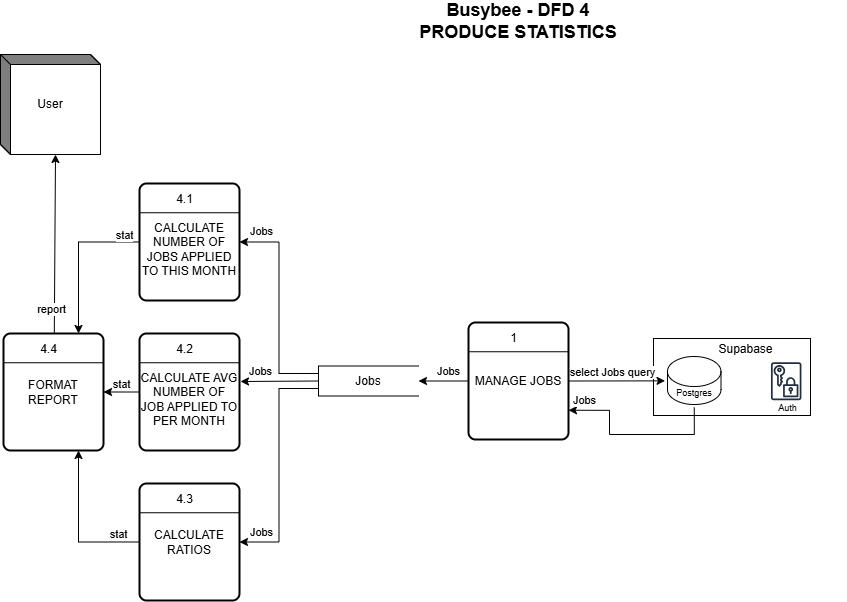
Earlier version of the draw.io export Documentation/diagrams/data-flow-diagrams/dfd4-stats.png (Masonluna/BusyBee). Source tidied: cells renumbered, new cells last; positions are measured from the earlier drawing's top-left corner, leaving out a move shared by most shapes. Source of this version:
```xml
<mxGraphModel>
  <root>
    <mxCell id="0" />
    <mxCell id="1" parent="0" />
    <mxCell id="2" style="group;" parent="1" vertex="1">
      <mxGeometry x="139" y="181" width="100" height="117" as="geometry" />
    </mxCell>
    <mxCell id="3" value="&lt;div&gt;&lt;br&gt;&lt;/div&gt;CALCULATE NUMBER OF JOBS APPLIED TO THIS MONTH" style="rounded=1;whiteSpace=wrap;html=1;absoluteArcSize=1;arcSize=14;strokeWidth=2;" parent="2" vertex="1">
      <mxGeometry y="2" width="100" height="117" as="geometry" />
    </mxCell>
    <mxCell id="4" style="endArrow=none;html=1;rounded=0;fontSize=12;startSize=8;endSize=8;curved=1;exitX=0;exitY=0.25;exitDx=0;exitDy=0;entryX=1;entryY=0.25;entryDx=0;entryDy=0;" parent="2" edge="1" source="3" target="3">
      <mxGeometry relative="1" as="geometry" />
    </mxCell>
    <mxCell id="5" value="4.1" style="text;html=1;align=center;verticalAlign=middle;whiteSpace=wrap;rounded=0;" parent="2" vertex="1">
      <mxGeometry x="14" y="5" width="63" height="26" as="geometry" />
    </mxCell>
    <mxCell id="6" value="&lt;b&gt;&lt;font style=&quot;font-size: 18px;&quot;&gt;Busybee - DFD 4&lt;/font&gt;&lt;/b&gt;&lt;div&gt;&lt;span style=&quot;font-size: 18px;&quot;&gt;&lt;b&gt;PRODUCE STATISTICS&lt;/b&gt;&lt;/span&gt;&lt;/div&gt;" style="text;html=1;align=center;verticalAlign=middle;whiteSpace=wrap;rounded=0;" parent="1" vertex="1">
      <mxGeometry x="190" width="656" height="42" as="geometry" />
    </mxCell>
    <mxCell id="7" value="User" style="html=1;dashed=0;whiteSpace=wrap;shape=mxgraph.dfd.externalEntity;" parent="1" vertex="1">
      <mxGeometry y="54" width="100" height="100" as="geometry" />
    </mxCell>
    <mxCell id="8" style="group;" parent="1" vertex="1">
      <mxGeometry x="468" y="320" width="100" height="117" as="geometry" />
    </mxCell>
    <mxCell id="9" value="MANAGE JOBS" style="rounded=1;whiteSpace=wrap;html=1;absoluteArcSize=1;arcSize=14;strokeWidth=2;" parent="8" vertex="1">
      <mxGeometry y="2" width="100" height="117" as="geometry" />
    </mxCell>
    <mxCell id="10" style="endArrow=none;html=1;rounded=0;fontSize=12;startSize=8;endSize=8;curved=1;exitX=0;exitY=0.25;exitDx=0;exitDy=0;entryX=1;entryY=0.25;entryDx=0;entryDy=0;" parent="8" edge="1" source="9" target="9">
      <mxGeometry relative="1" as="geometry" />
    </mxCell>
    <mxCell id="11" value="1" style="text;html=1;align=center;verticalAlign=middle;whiteSpace=wrap;rounded=0;" parent="8" vertex="1">
      <mxGeometry x="14" y="5" width="63" height="26" as="geometry" />
    </mxCell>
    <mxCell id="12" value="Jobs" style="html=1;dashed=0;whiteSpace=wrap;shape=partialRectangle;right=0;" parent="1" vertex="1">
      <mxGeometry x="318" y="365.5" width="100" height="30" as="geometry" />
    </mxCell>
    <mxCell id="13" style="endArrow=classic;html=1;rounded=0;entryX=1;entryY=0.5;entryDx=0;entryDy=0;exitX=0;exitY=0.5;exitDx=0;exitDy=0;" parent="1" edge="1" source="9" target="12">
      <mxGeometry relative="1" as="geometry" />
    </mxCell>
    <mxCell id="14" value="Jobs" style="edgeLabel;html=1;align=center;verticalAlign=middle;" parent="13" vertex="1">
      <mxGeometry x="0.14" y="-1" relative="1" as="geometry">
        <mxPoint x="8" y="-9" as="offset" />
      </mxGeometry>
    </mxCell>
    <mxCell id="15" style="endArrow=classic;html=1;rounded=0;exitX=0;exitY=0.25;exitDx=0;exitDy=0;entryX=1;entryY=0.5;entryDx=0;entryDy=0;edgeStyle=orthogonalEdgeStyle;" parent="1" edge="1" source="12" target="3">
      <mxGeometry relative="1" as="geometry" />
    </mxCell>
    <mxCell id="16" value="Jobs" style="edgeLabel;html=1;align=center;verticalAlign=middle;" parent="15" vertex="1">
      <mxGeometry x="-0.03" y="-1" relative="1" as="geometry">
        <mxPoint x="-19" y="-79" as="offset" />
      </mxGeometry>
    </mxCell>
    <mxCell id="17" style="group;" parent="1" vertex="1">
      <mxGeometry x="665" y="313" width="145" height="103" as="geometry" />
    </mxCell>
    <mxCell id="18" style="group;" parent="17" vertex="1">
      <mxGeometry y="32" width="145" height="71" as="geometry" />
    </mxCell>
    <mxCell id="19" style="rounded=0;whiteSpace=wrap;html=1;" parent="18" vertex="1">
      <mxGeometry x="-12" y="-7" width="157" height="77" as="geometry" />
    </mxCell>
    <mxCell id="20" style="shape=cylinder3;whiteSpace=wrap;html=1;boundedLbl=1;backgroundOutline=1;size=15;" parent="18" vertex="1">
      <mxGeometry x="2" y="11" width="53.5" height="48" as="geometry" />
    </mxCell>
    <mxCell id="21" value="&lt;font style=&quot;font-size: 9px;&quot;&gt;Postgres&lt;/font&gt;" style="text;html=1;align=center;verticalAlign=middle;whiteSpace=wrap;rounded=0;" parent="18" vertex="1">
      <mxGeometry x="-1.2" y="32" width="60" height="30" as="geometry" />
    </mxCell>
    <mxCell id="22" style="group;" parent="18" vertex="1">
      <mxGeometry x="93" y="12" width="59" height="64" as="geometry" />
    </mxCell>
    <mxCell id="23" style="sketch=0;fontColor=#232F3E;gradientColor=none;strokeColor=#232F3E;fillColor=#ffffff;dashed=0;verticalLabelPosition=bottom;verticalAlign=top;align=center;html=1;fontSize=12;fontStyle=0;shape=mxgraph.aws4.resourceIcon;resIcon=mxgraph.aws4.data_encryption_key;" parent="22" vertex="1">
      <mxGeometry x="3.9" width="47.5" height="47.5" as="geometry" />
    </mxCell>
    <mxCell id="24" value="&lt;font style=&quot;font-size: 9px;&quot;&gt;Auth&lt;/font&gt;" style="text;html=1;align=center;verticalAlign=middle;whiteSpace=wrap;rounded=0;" parent="22" vertex="1">
      <mxGeometry y="36.6" width="59" height="27.4" as="geometry" />
    </mxCell>
    <mxCell id="25" value="Supabase" style="text;html=1;align=center;verticalAlign=middle;whiteSpace=wrap;rounded=0;" parent="18" vertex="1">
      <mxGeometry x="53" y="-9" width="54.9" height="25.1" as="geometry" />
    </mxCell>
    <mxCell id="26" style="edgeStyle=none;curved=1;rounded=0;orthogonalLoop=1;jettySize=auto;html=1;entryX=0;entryY=0;entryDx=45;entryDy=0;entryPerimeter=0;fontSize=12;startSize=8;endSize=8;" parent="17" edge="1">
      <mxGeometry relative="1" as="geometry">
        <mxPoint x="95" as="sourcePoint" />
        <mxPoint x="95" as="targetPoint" />
      </mxGeometry>
    </mxCell>
    <mxCell id="27" style="endArrow=classic;html=1;rounded=0;exitX=1;exitY=0.5;exitDx=0;exitDy=0;entryX=0.013;entryY=0.112;entryDx=0;entryDy=0;entryPerimeter=0;" parent="1" edge="1" source="9" target="21">
      <mxGeometry relative="1" as="geometry" />
    </mxCell>
    <mxCell id="28" value="select Jobs query" style="edgeLabel;html=1;align=center;verticalAlign=middle;" parent="27" vertex="1">
      <mxGeometry x="-0.42" y="-1" relative="1" as="geometry">
        <mxPoint x="15" y="-10" as="offset" />
      </mxGeometry>
    </mxCell>
    <mxCell id="29" style="endArrow=classic;html=1;rounded=0;exitX=0.5;exitY=1;exitDx=0;exitDy=0;entryX=1;entryY=0.75;entryDx=0;entryDy=0;edgeStyle=orthogonalEdgeStyle;" parent="1" edge="1" source="21" target="9">
      <mxGeometry relative="1" as="geometry">
        <Array as="points">
          <mxPoint x="694" y="434" />
          <mxPoint x="609" y="434" />
          <mxPoint x="609" y="410" />
        </Array>
      </mxGeometry>
    </mxCell>
    <mxCell id="30" value="Jobs" style="edgeLabel;html=1;align=center;verticalAlign=middle;" parent="29" vertex="1">
      <mxGeometry x="-0.08" y="1" relative="1" as="geometry">
        <mxPoint x="-56" y="-35" as="offset" />
      </mxGeometry>
    </mxCell>
    <mxCell id="31" style="group;" parent="1" vertex="1">
      <mxGeometry x="139" y="331" width="100" height="117" as="geometry" />
    </mxCell>
    <mxCell id="32" value="&lt;div&gt;&lt;br&gt;&lt;/div&gt;CALCULATE AVG NUMBER OF JOB APPLIED TO PER MONTH" style="rounded=1;whiteSpace=wrap;html=1;absoluteArcSize=1;arcSize=14;strokeWidth=2;" parent="31" vertex="1">
      <mxGeometry y="2" width="100" height="117" as="geometry" />
    </mxCell>
    <mxCell id="33" style="endArrow=none;html=1;rounded=0;fontSize=12;startSize=8;endSize=8;curved=1;exitX=0;exitY=0.25;exitDx=0;exitDy=0;entryX=1;entryY=0.25;entryDx=0;entryDy=0;" parent="31" edge="1" source="32" target="32">
      <mxGeometry relative="1" as="geometry" />
    </mxCell>
    <mxCell id="34" value="4.2" style="text;html=1;align=center;verticalAlign=middle;whiteSpace=wrap;rounded=0;" parent="31" vertex="1">
      <mxGeometry x="14" y="5" width="63" height="26" as="geometry" />
    </mxCell>
    <mxCell id="35" style="group;" parent="1" vertex="1">
      <mxGeometry x="139" y="481" width="100" height="117" as="geometry" />
    </mxCell>
    <mxCell id="36" value="CALCULATE RATIOS" style="rounded=1;whiteSpace=wrap;html=1;absoluteArcSize=1;arcSize=14;strokeWidth=2;" parent="35" vertex="1">
      <mxGeometry y="2" width="100" height="117" as="geometry" />
    </mxCell>
    <mxCell id="37" style="endArrow=none;html=1;rounded=0;fontSize=12;startSize=8;endSize=8;curved=1;exitX=0;exitY=0.25;exitDx=0;exitDy=0;entryX=1;entryY=0.25;entryDx=0;entryDy=0;" parent="35" edge="1" source="36" target="36">
      <mxGeometry relative="1" as="geometry" />
    </mxCell>
    <mxCell id="38" value="4.3" style="text;html=1;align=center;verticalAlign=middle;whiteSpace=wrap;rounded=0;" parent="35" vertex="1">
      <mxGeometry x="14" y="5" width="63" height="26" as="geometry" />
    </mxCell>
    <mxCell id="39" style="endArrow=classic;html=1;rounded=0;exitX=0;exitY=0.5;exitDx=0;exitDy=0;" parent="1" edge="1" source="12">
      <mxGeometry relative="1" as="geometry">
        <mxPoint x="240" y="381" as="targetPoint" />
      </mxGeometry>
    </mxCell>
    <mxCell id="40" value="Jobs" style="edgeLabel;html=1;align=center;verticalAlign=middle;" parent="39" vertex="1">
      <mxGeometry x="0.1" y="2" relative="1" as="geometry">
        <mxPoint x="-15" y="-12" as="offset" />
      </mxGeometry>
    </mxCell>
    <mxCell id="41" style="endArrow=classic;html=1;rounded=0;exitX=0;exitY=0.75;exitDx=0;exitDy=0;entryX=1;entryY=0.5;entryDx=0;entryDy=0;edgeStyle=orthogonalEdgeStyle;" parent="1" edge="1" source="12" target="36">
      <mxGeometry relative="1" as="geometry" />
    </mxCell>
    <mxCell id="42" value="Jobs" style="edgeLabel;html=1;align=center;verticalAlign=middle;" parent="41" vertex="1">
      <mxGeometry x="-0.02" y="2" relative="1" as="geometry">
        <mxPoint x="-20" y="70" as="offset" />
      </mxGeometry>
    </mxCell>
    <mxCell id="43" style="group;" parent="1" vertex="1">
      <mxGeometry x="3" y="331" width="100" height="117" as="geometry" />
    </mxCell>
    <mxCell id="44" value="FORMAT REPORT" style="rounded=1;whiteSpace=wrap;html=1;absoluteArcSize=1;arcSize=14;strokeWidth=2;" parent="43" vertex="1">
      <mxGeometry y="2" width="100" height="117" as="geometry" />
    </mxCell>
    <mxCell id="45" style="endArrow=none;html=1;rounded=0;fontSize=12;startSize=8;endSize=8;curved=1;exitX=0;exitY=0.25;exitDx=0;exitDy=0;entryX=1;entryY=0.25;entryDx=0;entryDy=0;" parent="43" edge="1" source="44" target="44">
      <mxGeometry relative="1" as="geometry" />
    </mxCell>
    <mxCell id="46" value="4.4" style="text;html=1;align=center;verticalAlign=middle;whiteSpace=wrap;rounded=0;" parent="43" vertex="1">
      <mxGeometry x="14" y="5" width="63" height="26" as="geometry" />
    </mxCell>
    <mxCell id="47" style="endArrow=classic;html=1;rounded=0;exitX=0;exitY=0.5;exitDx=0;exitDy=0;entryX=0.75;entryY=0;entryDx=0;entryDy=0;edgeStyle=orthogonalEdgeStyle;" parent="1" edge="1" source="3" target="44">
      <mxGeometry relative="1" as="geometry" />
    </mxCell>
    <mxCell id="48" value="stat" style="edgeLabel;html=1;align=center;verticalAlign=middle;" parent="47" vertex="1">
      <mxGeometry x="-0.36" y="-1" relative="1" as="geometry">
        <mxPoint x="33" y="-6" as="offset" />
      </mxGeometry>
    </mxCell>
    <mxCell id="49" style="endArrow=classic;html=1;rounded=0;exitX=0.508;exitY=0;exitDx=0;exitDy=0;entryX=0;entryY=0;entryDx=55;entryDy=100;entryPerimeter=0;exitPerimeter=0;" parent="1" edge="1" source="44" target="7">
      <mxGeometry relative="1" as="geometry" />
    </mxCell>
    <mxCell id="50" value="report" style="edgeLabel;html=1;align=center;verticalAlign=middle;" parent="49" vertex="1">
      <mxGeometry x="0.43" y="-1" relative="1" as="geometry">
        <mxPoint x="-5" y="104" as="offset" />
      </mxGeometry>
    </mxCell>
    <mxCell id="51" style="endArrow=classic;html=1;rounded=0;exitX=0;exitY=0.5;exitDx=0;exitDy=0;entryX=1;entryY=0.5;entryDx=0;entryDy=0;" parent="1" edge="1" source="32" target="44">
      <mxGeometry relative="1" as="geometry" />
    </mxCell>
    <mxCell id="52" style="endArrow=classic;html=1;rounded=0;exitX=0;exitY=0.5;exitDx=0;exitDy=0;entryX=0.75;entryY=1;entryDx=0;entryDy=0;edgeStyle=orthogonalEdgeStyle;" parent="1" edge="1" source="36" target="44">
      <mxGeometry relative="1" as="geometry" />
    </mxCell>
    <mxCell id="53" value="stat" style="edgeLabel;html=1;align=center;verticalAlign=middle;" parent="1" vertex="1">
      <mxGeometry x="121" y="384" as="geometry" />
    </mxCell>
    <mxCell id="54" value="stat" style="edgeLabel;html=1;align=center;verticalAlign=middle;" parent="1" vertex="1">
      <mxGeometry x="118" y="534" as="geometry" />
    </mxCell>
  </root>
</mxGraphModel>
```
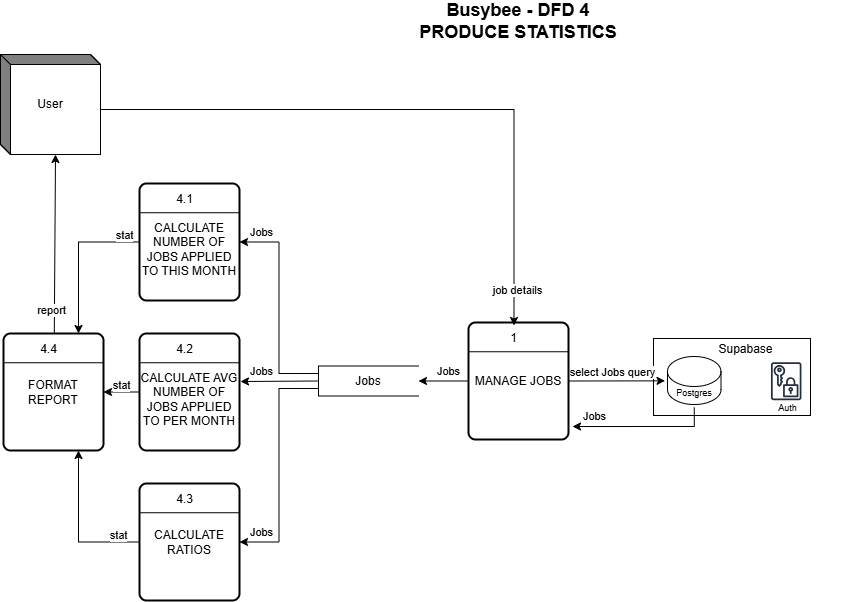
Above is the later version.

Change to the diagram source:
```diff
@@ -92,24 +92,22 @@
         <mxPoint x="15" y="-10" as="offset" />
       </mxGeometry>
     </mxCell>
-    <mxCell id="29" style="endArrow=classic;html=1;rounded=0;exitX=0.5;exitY=1;exitDx=0;exitDy=0;entryX=1;entryY=0.75;entryDx=0;entryDy=0;edgeStyle=orthogonalEdgeStyle;" parent="1" edge="1" source="21" target="9">
+    <mxCell id="29" style="endArrow=classic;html=1;rounded=0;exitX=0.5;exitY=1;exitDx=0;exitDy=0;entryX=1.04;entryY=0.889;entryDx=0;entryDy=0;edgeStyle=orthogonalEdgeStyle;entryPerimeter=0;" parent="1" edge="1" source="21" target="9">
       <mxGeometry relative="1" as="geometry">
         <Array as="points">
-          <mxPoint x="694" y="434" />
-          <mxPoint x="609" y="434" />
-          <mxPoint x="609" y="410" />
+          <mxPoint x="694" y="426" />
         </Array>
       </mxGeometry>
     </mxCell>
     <mxCell id="30" value="Jobs" style="edgeLabel;html=1;align=center;verticalAlign=middle;" parent="29" vertex="1">
       <mxGeometry x="-0.08" y="1" relative="1" as="geometry">
-        <mxPoint x="-56" y="-35" as="offset" />
+        <mxPoint x="-54" y="-12" as="offset" />
       </mxGeometry>
     </mxCell>
     <mxCell id="31" style="group;" parent="1" vertex="1">
       <mxGeometry x="139" y="331" width="100" height="117" as="geometry" />
     </mxCell>
-    <mxCell id="32" value="&lt;div&gt;&lt;br&gt;&lt;/div&gt;CALCULATE AVG NUMBER OF JOB APPLIED TO PER MONTH" style="rounded=1;whiteSpace=wrap;html=1;absoluteArcSize=1;arcSize=14;strokeWidth=2;" parent="31" vertex="1">
+    <mxCell id="32" value="&lt;div&gt;&lt;br&gt;&lt;/div&gt;CALCULATE AVG NUMBER OF JOBS APPLIED TO PER MONTH" style="rounded=1;whiteSpace=wrap;html=1;absoluteArcSize=1;arcSize=14;strokeWidth=2;" parent="31" vertex="1">
       <mxGeometry y="2" width="100" height="117" as="geometry" />
     </mxCell>
     <mxCell id="33" style="endArrow=none;html=1;rounded=0;fontSize=12;startSize=8;endSize=8;curved=1;exitX=0;exitY=0.25;exitDx=0;exitDy=0;entryX=1;entryY=0.25;entryDx=0;entryDy=0;" parent="31" edge="1" source="32" target="32">
@@ -188,5 +186,13 @@
     <mxCell id="54" value="stat" style="edgeLabel;html=1;align=center;verticalAlign=middle;" parent="1" vertex="1">
       <mxGeometry x="118" y="534" as="geometry" />
     </mxCell>
+    <mxCell id="55" style="endArrow=classic;html=1;rounded=0;exitX=0;exitY=0;exitDx=100;exitDy=55;exitPerimeter=0;entryX=0.5;entryY=0;entryDx=0;entryDy=0;edgeStyle=orthogonalEdgeStyle;" parent="1" edge="1" source="7" target="11">
+      <mxGeometry relative="1" as="geometry" />
+    </mxCell>
+    <mxCell id="56" value="job details" style="edgeLabel;html=1;align=center;verticalAlign=middle;" parent="55" vertex="1">
+      <mxGeometry x="0.89" y="-2" relative="1" as="geometry">
+        <mxPoint x="5" y="1" as="offset" />
+      </mxGeometry>
+    </mxCell>
   </root>
 </mxGraphModel>
```
